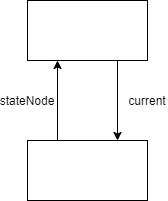
Above: images/2021-6-6/relationship.png in MaplePudding/maplepudding.github.io (draw.io), before the change. Source tidied: cells renumbered, new cells last; positions are measured from the earlier drawing's top-left corner, leaving out a move shared by most shapes.
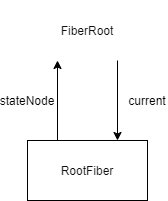
Above is the later version.

Diff of the diagram source:
```diff
@@ -2,10 +2,10 @@
   <root>
     <mxCell id="0" />
     <mxCell id="1" parent="0" />
-    <mxCell id="2" value="FiberRoot" style="rounded=0;whiteSpace=wrap;html=1;fontColor=#FFFFFF;" parent="1" vertex="1">
+    <mxCell id="2" value="FiberRoot" style="rounded=0;whiteSpace=wrap;html=1;strokeColor=#FFFFFF;fontColor=#0F0F0F;" parent="1" vertex="1">
       <mxGeometry x="20" width="120" height="60" as="geometry" />
     </mxCell>
-    <mxCell id="3" value="RootFiber" style="rounded=0;whiteSpace=wrap;html=1;fontColor=#FFFFFF;" parent="1" vertex="1">
+    <mxCell id="3" value="&lt;font color=&quot;#0f0f0f&quot;&gt;RootFiber&lt;/font&gt;" style="rounded=0;whiteSpace=wrap;html=1;fontColor=#FFFFFF;" parent="1" vertex="1">
       <mxGeometry x="20" y="140" width="120" height="60" as="geometry" />
     </mxCell>
     <mxCell id="4" style="endArrow=classic;html=1;entryX=0.75;entryY=0;entryDx=0;entryDy=0;exitX=0.75;exitY=1;exitDx=0;exitDy=0;" parent="1" edge="1" source="2" target="3">
```
